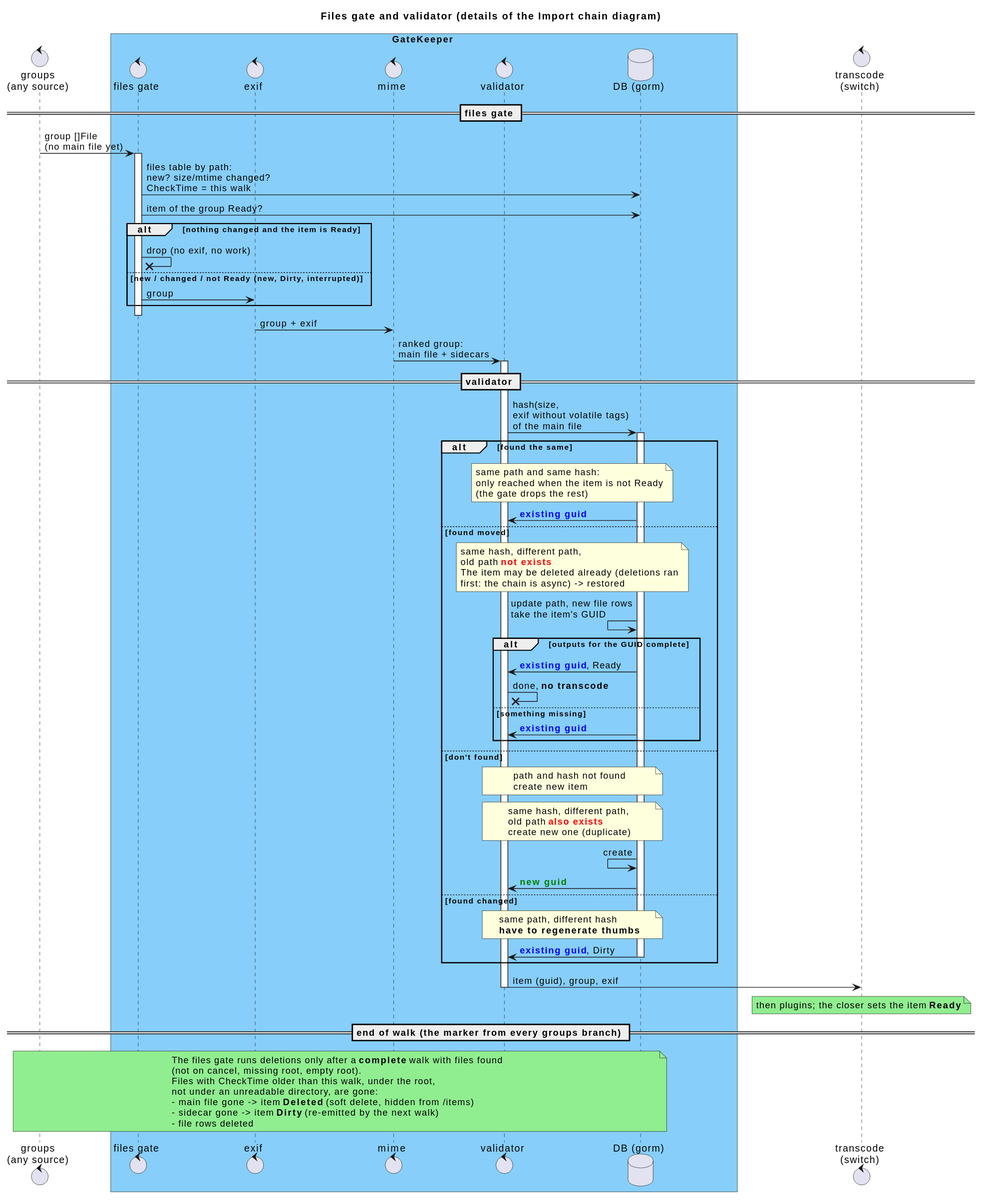
Earlier version of the PlantUML export _sb/diagrams/Walker and validating.svg (eggs-gd/Perceptrail).
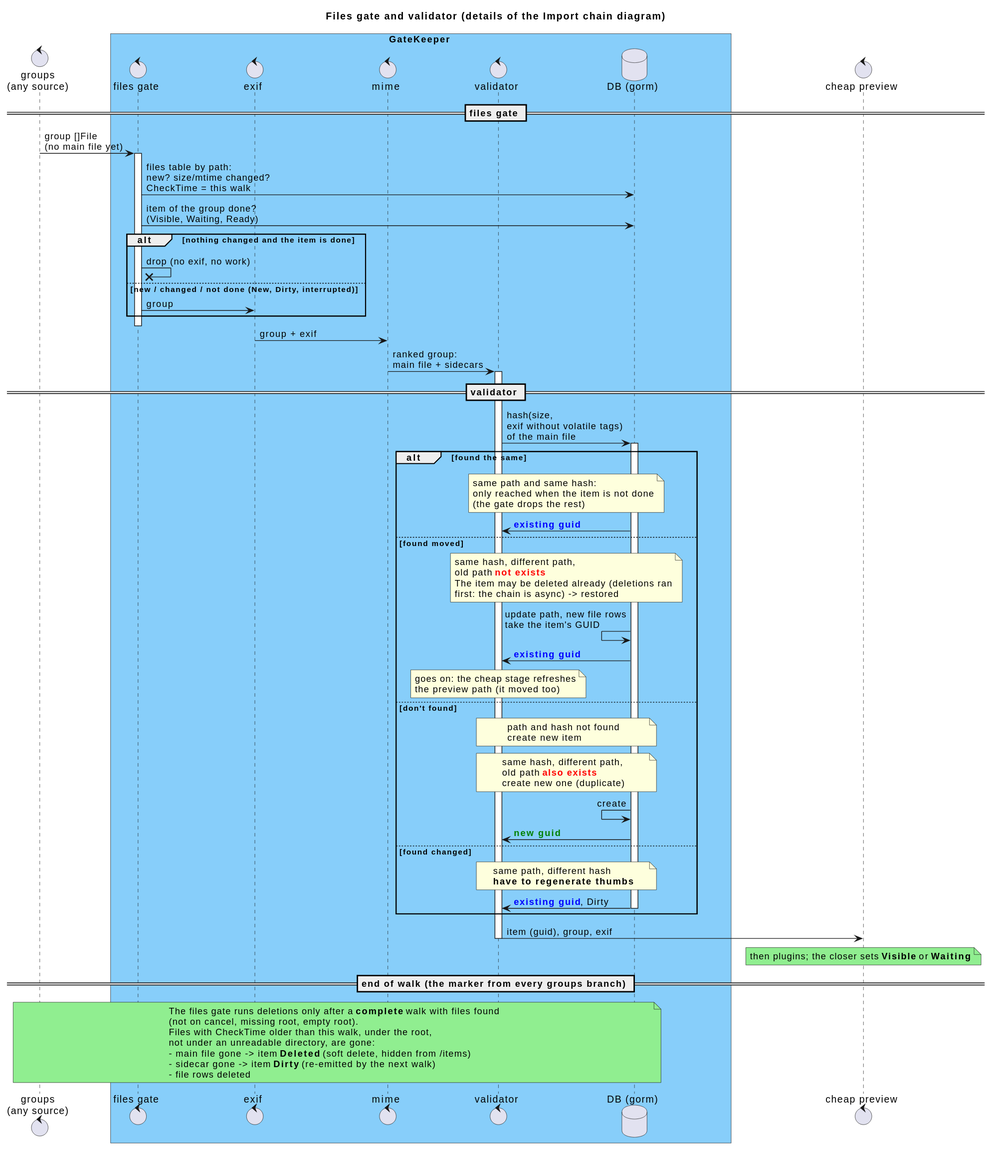
After the change.

Commit message:
docs: the cheap stage in the diagrams, the scan README and the roadmap (S1–S4)

The edit, as a diff of the source:
```diff
@@ -11,17 +11,17 @@
 control "validator" as Validator
 database "DB (gorm)" as DB
 end box
-control "transcode\n(switch)" as Transcode
+control "cheap preview" as Transcode
 
 == files gate ==
 
 Groups -> Gate: group []File\n(no main file yet)
 activate Gate
 Gate -> DB: files table by path:\nnew? size/mtime changed?\nCheckTime = this walk
-Gate -> DB: item of the group Ready?
-alt nothing changed and the item is Ready
+Gate -> DB: item of the group done?\n(Visible, Waiting, Ready)
+alt nothing changed and the item is done
     Gate ->x Gate: drop (no exif, no work)
-else new / changed / not Ready (new, Dirty, interrupted)
+else new / changed / not done (New, Dirty, interrupted)
     Gate -> Exif: group
 end
 deactivate Gate
@@ -38,7 +38,7 @@
 alt found the same
     note over Validator, DB
     same path and same hash:
-    only reached when the item is not Ready
+    only reached when the item is not done
     (the gate drops the rest)
     end note
     DB -> Validator: <font color=blue><b>existing guid
@@ -51,12 +51,8 @@
     first: the chain is async) -> restored
     end note
     DB <- DB: update path, new file rows\ntake the item's GUID
-    alt outputs for the GUID complete
-        DB -> Validator: <font color=blue><b>existing guid</b></font>, Ready
-        Validator ->x Validator: done, <b>no transcode
-    else something missing
-        DB -> Validator: <font color=blue><b>existing guid
-    end
+    DB -> Validator: <font color=blue><b>existing guid
+    note over Validator: goes on: the cheap stage refreshes\nthe preview path (it moved too)
 
 else don't found
     note over Validator, DB
@@ -82,7 +78,7 @@
 
 Validator -> Transcode: item (guid), group, exif
 deactivate Validator
-note over Transcode #LightGreen: then plugins; the closer sets the item <b>Ready</b>
+note over Transcode #LightGreen: then plugins; the closer sets <b>Visible</b> or <b>Waiting</b>
 
 == end of walk (the marker from every groups branch) ==
 
```
